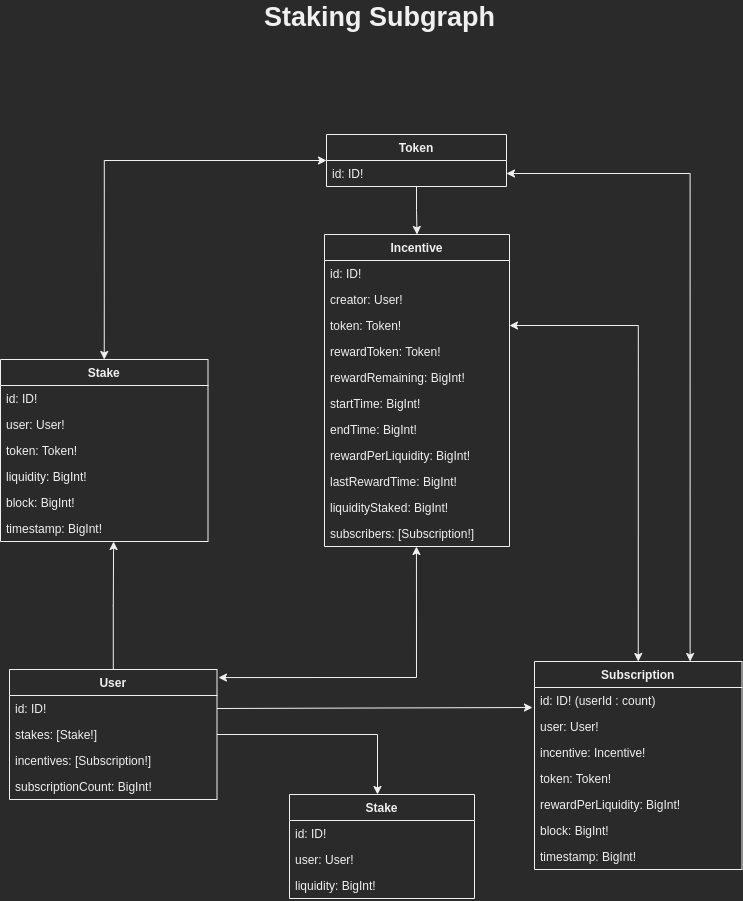
Before: the-graph/images/staking_subgraph.png, a diagram exported from draw.io (sushiswap/subgraphs). Source tidied: cells renumbered, new cells last; positions are measured from the earlier drawing's top-left corner, leaving out a move shared by most shapes.
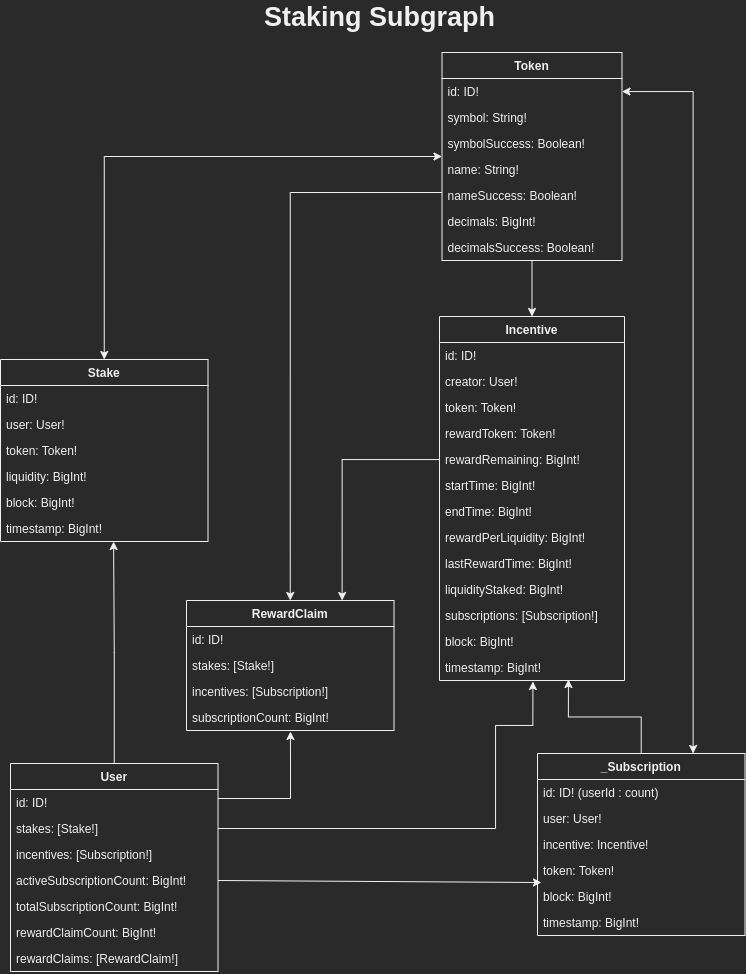
Above is the later version.

Commit message:
docs: entity diagram

Change to the diagram source:
```diff
@@ -8,29 +8,52 @@
     <mxCell id="3" style="edgeStyle=orthogonalEdgeStyle;rounded=0;jettySize=auto;html=1;entryX=0.5;entryY=0;entryDx=0;entryDy=0;startArrow=classic;startFill=1;" parent="1" edge="1" source="4" target="41">
       <mxGeometry relative="1" as="geometry" />
     </mxCell>
+    <mxCell id="49" style="edgeStyle=orthogonalEdgeStyle;rounded=0;jettySize=auto;html=1;entryX=0.5;entryY=0;entryDx=0;entryDy=0;" parent="1" edge="1" source="4" target="64">
+      <mxGeometry relative="1" as="geometry">
+        <Array as="points">
+          <mxPoint x="290" y="187" />
+        </Array>
+      </mxGeometry>
+    </mxCell>
     <mxCell id="4" value="Token" style="swimlane;fontStyle=1;horizontal=1;startSize=26;fillColor=none;" parent="1" vertex="1">
-      <mxGeometry x="326" y="129" width="180" height="52" as="geometry" />
+      <mxGeometry x="441.5" y="47" width="180" height="208" as="geometry" />
     </mxCell>
     <mxCell id="5" value=" id: ID!" style="text;strokeColor=none;fillColor=none;align=left;verticalAlign=top;spacingLeft=4;spacingRight=4;overflow=hidden;points=[[0,0.5],[1,0.5]];portConstraint=eastwest;" parent="4" vertex="1">
       <mxGeometry y="26" width="180" height="26" as="geometry" />
     </mxCell>
+    <mxCell id="50" value="  symbol: String!&#10;" style="text;strokeColor=none;fillColor=none;align=left;verticalAlign=top;spacingLeft=4;spacingRight=4;overflow=hidden;" parent="4" vertex="1">
+      <mxGeometry y="52" width="180" height="26" as="geometry" />
+    </mxCell>
+    <mxCell id="51" value="  symbolSuccess: Boolean!&#10;" style="text;strokeColor=none;fillColor=none;align=left;verticalAlign=top;spacingLeft=4;spacingRight=4;overflow=hidden;" parent="4" vertex="1">
+      <mxGeometry y="78" width="180" height="26" as="geometry" />
+    </mxCell>
+    <mxCell id="52" value="  name: String!&#10;" style="text;strokeColor=none;fillColor=none;align=left;verticalAlign=top;spacingLeft=4;spacingRight=4;overflow=hidden;" parent="4" vertex="1">
+      <mxGeometry y="104" width="180" height="26" as="geometry" />
+    </mxCell>
+    <mxCell id="53" value="  nameSuccess: Boolean!&#10;" style="text;strokeColor=none;fillColor=none;align=left;verticalAlign=top;spacingLeft=4;spacingRight=4;overflow=hidden;" parent="4" vertex="1">
+      <mxGeometry y="130" width="180" height="26" as="geometry" />
+    </mxCell>
+    <mxCell id="54" value="  decimals: BigInt!&#10;" style="text;strokeColor=none;fillColor=none;align=left;verticalAlign=top;spacingLeft=4;spacingRight=4;overflow=hidden;" parent="4" vertex="1">
+      <mxGeometry y="156" width="180" height="26" as="geometry" />
+    </mxCell>
+    <mxCell id="55" value="  decimalsSuccess: Boolean!&#10;" style="text;strokeColor=none;fillColor=none;align=left;verticalAlign=top;spacingLeft=4;spacingRight=4;overflow=hidden;" parent="4" vertex="1">
+      <mxGeometry y="182" width="180" height="26" as="geometry" />
+    </mxCell>
-    <mxCell id="6" style="rounded=0;jettySize=auto;html=1;exitX=1;exitY=0.5;exitDx=0;exitDy=0;" parent="1" edge="1" source="10">
-      <mxGeometry relative="1" as="geometry">
-        <mxPoint x="532" y="702" as="targetPoint" />
-      </mxGeometry>
+    <mxCell id="6" style="rounded=0;jettySize=auto;html=1;exitX=1;exitY=0.5;exitDx=0;exitDy=0;entryX=0.019;entryY=0.962;entryDx=0;entryDy=0;entryPerimeter=0;" parent="1" edge="1" source="13" target="36">
+      <mxGeometry relative="1" as="geometry" />
     </mxCell>
     <mxCell id="7" style="edgeStyle=orthogonalEdgeStyle;rounded=0;jettySize=auto;html=1;entryX=0.545;entryY=1;entryDx=0;entryDy=0;entryPerimeter=0;" parent="1" edge="1" source="9" target="47">
       <mxGeometry relative="1" as="geometry" />
     </mxCell>
-    <mxCell id="8" style="edgeStyle=none;rounded=0;jettySize=auto;html=1;entryX=0.497;entryY=1;entryDx=0;entryDy=0;entryPerimeter=0;startArrow=classic;startFill=1;exitX=1.007;exitY=0.062;exitDx=0;exitDy=0;exitPerimeter=0;" parent="1" edge="1" source="9" target="31">
-      <mxGeometry relative="1" as="geometry">
-        <Array as="points">
-          <mxPoint x="416" y="672" />
-        </Array>
-      </mxGeometry>
-    </mxCell>
+    <mxCell id="56" style="edgeStyle=orthogonalEdgeStyle;rounded=0;jettySize=auto;html=1;entryX=0.501;entryY=1.038;entryDx=0;entryDy=0;entryPerimeter=0;" parent="1" edge="1" source="9" target="67">
+      <mxGeometry relative="1" as="geometry">
+        <Array as="points">
+          <mxPoint x="290" y="793" />
+        </Array>
+      </mxGeometry>
+    </mxCell>
     <mxCell id="9" value="User" style="swimlane;fontStyle=1;horizontal=1;startSize=26;fillColor=none;" parent="1" vertex="1">
-      <mxGeometry x="9" y="664" width="207.5" height="130" as="geometry" />
+      <mxGeometry x="10" y="758" width="207.5" height="208" as="geometry" />
     </mxCell>
     <mxCell id="10" value=" id: ID!" style="text;strokeColor=none;fillColor=none;align=left;verticalAlign=top;spacingLeft=4;spacingRight=4;overflow=hidden;points=[[0,0.5],[1,0.5]];portConstraint=eastwest;" parent="9" vertex="1">
       <mxGeometry y="26" width="207.5" height="26" as="geometry" />
@@ -41,33 +64,23 @@
     <mxCell id="12" value="  incentives: [Subscription!] " style="text;strokeColor=none;fillColor=none;align=left;verticalAlign=top;spacingLeft=4;spacingRight=4;overflow=hidden;" parent="9" vertex="1">
       <mxGeometry y="78" width="207.5" height="26" as="geometry" />
     </mxCell>
-    <mxCell id="13" value="  subscriptionCount: BigInt!" style="text;strokeColor=none;fillColor=none;align=left;verticalAlign=top;spacingLeft=4;spacingRight=4;overflow=hidden;points=[[0,0.5],[1,0.5]];portConstraint=eastwest;" parent="9" vertex="1">
+    <mxCell id="13" value="  activeSubscriptionCount: BigInt!&#10;" style="text;strokeColor=none;fillColor=none;align=left;verticalAlign=top;spacingLeft=4;spacingRight=4;overflow=hidden;points=[[0,0.5],[1,0.5]];portConstraint=eastwest;" parent="9" vertex="1">
       <mxGeometry y="104" width="207.5" height="26" as="geometry" />
     </mxCell>
+    <mxCell id="57" value="  totalSubscriptionCount: BigInt!&#10;" style="text;strokeColor=none;fillColor=none;align=left;verticalAlign=top;spacingLeft=4;spacingRight=4;overflow=hidden;" parent="9" vertex="1">
+      <mxGeometry y="130" width="207.5" height="26" as="geometry" />
+    </mxCell>
+    <mxCell id="58" value="  rewardClaimCount: BigInt!&#10;" style="text;strokeColor=none;fillColor=none;align=left;verticalAlign=top;spacingLeft=4;spacingRight=4;overflow=hidden;" parent="9" vertex="1">
+      <mxGeometry y="156" width="207.5" height="26" as="geometry" />
+    </mxCell>
+    <mxCell id="59" value="  rewardClaims: [RewardClaim!] " style="text;strokeColor=none;fillColor=none;align=left;verticalAlign=top;spacingLeft=4;spacingRight=4;overflow=hidden;" parent="9" vertex="1">
+      <mxGeometry y="182" width="207.5" height="26" as="geometry" />
+    </mxCell>
     <mxCell id="14" value="&lt;font style=&quot;font-size: 27px&quot;&gt;Staking Subgraph&lt;/font&gt;" style="text;html=1;align=center;verticalAlign=middle;strokeColor=none;fillColor=none;fontSize=12;fontFamily=Helvetica;fontColor=default;fontStyle=1;" parent="1" vertex="1">
       <mxGeometry x="258" width="241" height="23" as="geometry" />
     </mxCell>
-    <mxCell id="15" value="Stake" style="swimlane;fontStyle=1;horizontal=1;startSize=26;" parent="1" vertex="1">
-      <mxGeometry x="289" y="789" width="185" height="104" as="geometry" />
-    </mxCell>
-    <mxCell id="16" value=" id: ID!" style="text;strokeColor=none;fillColor=none;align=left;verticalAlign=top;spacingLeft=4;spacingRight=4;overflow=hidden;" parent="15" vertex="1">
-      <mxGeometry y="26" width="185" height="26" as="geometry" />
-    </mxCell>
-    <mxCell id="17" value="user: User!" style="text;strokeColor=none;fillColor=none;align=left;verticalAlign=top;spacingLeft=4;spacingRight=4;overflow=hidden;" parent="15" vertex="1">
-      <mxGeometry y="52" width="185" height="26" as="geometry" />
-    </mxCell>
-    <mxCell id="18" value="  liquidity: BigInt!" style="text;align=left;verticalAlign=top;spacingLeft=4;spacingRight=4;overflow=hidden;" parent="15" vertex="1">
-      <mxGeometry y="78" width="185" height="26" as="geometry" />
-    </mxCell>
-    <mxCell id="19" style="edgeStyle=orthogonalEdgeStyle;rounded=0;jettySize=auto;html=1;exitX=1;exitY=0.5;exitDx=0;exitDy=0;" parent="1" edge="1" source="11" target="15">
-      <mxGeometry relative="1" as="geometry">
-        <Array as="points">
-          <mxPoint x="377" y="729" />
-        </Array>
-      </mxGeometry>
-    </mxCell>
     <mxCell id="20" value="Incentive" style="swimlane;fontStyle=1;horizontal=1;startSize=26;" parent="1" vertex="1">
-      <mxGeometry x="324" y="229" width="185" height="312" as="geometry" />
+      <mxGeometry x="439" y="311" width="185" height="364" as="geometry" />
     </mxCell>
     <mxCell id="21" value=" id: ID!" style="text;strokeColor=none;fillColor=none;align=left;verticalAlign=top;spacingLeft=4;spacingRight=4;overflow=hidden;" parent="20" vertex="1">
       <mxGeometry y="26" width="185" height="26" as="geometry" />
@@ -99,11 +112,20 @@
     <mxCell id="30" value="  liquidityStaked: BigInt!&#10;" style="text;align=left;verticalAlign=top;spacingLeft=4;spacingRight=4;overflow=hidden;" parent="20" vertex="1">
       <mxGeometry y="260" width="185" height="26" as="geometry" />
     </mxCell>
-    <mxCell id="31" value="subscribers: [Subscription!]" style="text;align=left;verticalAlign=top;spacingLeft=4;spacingRight=4;overflow=hidden;points=[[0,0.5],[1,0.5]];portConstraint=eastwest;" parent="20" vertex="1">
+    <mxCell id="31" value="subscriptions: [Subscription!]" style="text;align=left;verticalAlign=top;spacingLeft=4;spacingRight=4;overflow=hidden;points=[[0,0.5],[1,0.5]];portConstraint=eastwest;" parent="20" vertex="1">
       <mxGeometry y="286" width="185" height="26" as="geometry" />
     </mxCell>
+    <mxCell id="60" value="  block: BigInt!&#10;" style="text;align=left;verticalAlign=top;spacingLeft=4;spacingRight=4;overflow=hidden;" parent="20" vertex="1">
+      <mxGeometry y="312" width="185" height="26" as="geometry" />
+    </mxCell>
+    <mxCell id="61" value="  timestamp: BigInt!&#10;" style="text;align=left;verticalAlign=top;spacingLeft=4;spacingRight=4;overflow=hidden;points=[[0,0.5],[1,0.5]];portConstraint=eastwest;" parent="20" vertex="1">
+      <mxGeometry y="338" width="185" height="26" as="geometry" />
+    </mxCell>
+    <mxCell id="62" style="edgeStyle=orthogonalEdgeStyle;rounded=0;jettySize=auto;html=1;entryX=0.697;entryY=0.962;entryDx=0;entryDy=0;entryPerimeter=0;" parent="1" edge="1" source="32" target="61">
+      <mxGeometry relative="1" as="geometry" />
+    </mxCell>
-    <mxCell id="32" value="Subscription" style="swimlane;fontStyle=1;horizontal=1;startSize=26;fillColor=none;" parent="1" vertex="1">
-      <mxGeometry x="534" y="656" width="207.5" height="208" as="geometry" />
+    <mxCell id="32" value="_Subscription" style="swimlane;fontStyle=1;horizontal=1;startSize=26;fillColor=none;" parent="1" vertex="1">
+      <mxGeometry x="537" y="748" width="207.5" height="182" as="geometry" />
     </mxCell>
     <mxCell id="33" value=" id: ID! (userId : count)" style="text;strokeColor=none;fillColor=none;align=left;verticalAlign=top;spacingLeft=4;spacingRight=4;overflow=hidden;" parent="32" vertex="1">
       <mxGeometry y="26" width="207.5" height="26" as="geometry" />
@@ -117,18 +139,12 @@
     <mxCell id="36" value="token: Token!" style="text;strokeColor=none;fillColor=none;align=left;verticalAlign=top;spacingLeft=4;spacingRight=4;overflow=hidden;points=[[0,0.5],[1,0.5]];portConstraint=eastwest;" parent="32" vertex="1">
       <mxGeometry y="104" width="207.5" height="26" as="geometry" />
     </mxCell>
-    <mxCell id="37" value="rewardPerLiquidity: BigInt!" style="text;strokeColor=none;fillColor=none;align=left;verticalAlign=top;spacingLeft=4;spacingRight=4;overflow=hidden;" parent="32" vertex="1">
-      <mxGeometry y="130" width="207.5" height="26" as="geometry" />
-    </mxCell>
     <mxCell id="38" value="  block: BigInt!" style="text;strokeColor=none;fillColor=none;align=left;verticalAlign=top;spacingLeft=4;spacingRight=4;overflow=hidden;" parent="32" vertex="1">
-      <mxGeometry y="156" width="207.5" height="26" as="geometry" />
+      <mxGeometry y="130" width="207.5" height="26" as="geometry" />
     </mxCell>
     <mxCell id="39" value="  timestamp: BigInt!" style="text;strokeColor=none;fillColor=none;align=left;verticalAlign=top;spacingLeft=4;spacingRight=4;overflow=hidden;" parent="32" vertex="1">
-      <mxGeometry y="182" width="207.5" height="26" as="geometry" />
+      <mxGeometry y="156" width="207.5" height="26" as="geometry" />
     </mxCell>
-    <mxCell id="40" style="edgeStyle=orthogonalEdgeStyle;rounded=0;jettySize=auto;html=1;entryX=0.5;entryY=0;entryDx=0;entryDy=0;startArrow=classic;startFill=1;" parent="1" edge="1" source="23" target="32">
-      <mxGeometry relative="1" as="geometry" />
-    </mxCell>
     <mxCell id="41" value="Stake" style="swimlane;fontStyle=1;horizontal=1;startSize=26;fillColor=none;" parent="1" vertex="1">
       <mxGeometry y="354" width="207.5" height="182" as="geometry" />
     </mxCell>
@@ -153,5 +169,32 @@
     <mxCell id="48" style="edgeStyle=orthogonalEdgeStyle;rounded=0;jettySize=auto;html=1;entryX=0.75;entryY=0;entryDx=0;entryDy=0;startArrow=classic;startFill=1;" parent="1" edge="1" source="5" target="32">
       <mxGeometry relative="1" as="geometry" />
     </mxCell>
+    <mxCell id="63" style="edgeStyle=orthogonalEdgeStyle;rounded=0;jettySize=auto;html=1;entryX=0.505;entryY=1.038;entryDx=0;entryDy=0;entryPerimeter=0;" parent="1" edge="1" source="11" target="61">
+      <mxGeometry relative="1" as="geometry">
+        <Array as="points">
+          <mxPoint x="495" y="823" />
+          <mxPoint x="495" y="720" />
+          <mxPoint x="532" y="720" />
+        </Array>
+      </mxGeometry>
+    </mxCell>
+    <mxCell id="64" value="RewardClaim" style="swimlane;fontStyle=1;horizontal=1;startSize=26;fillColor=none;" parent="1" vertex="1">
+      <mxGeometry x="186" y="595" width="207.5" height="130" as="geometry" />
+    </mxCell>
+    <mxCell id="16" value=" id: ID!" style="text;strokeColor=none;fillColor=none;align=left;verticalAlign=top;spacingLeft=4;spacingRight=4;overflow=hidden;" parent="64" vertex="1">
+      <mxGeometry y="26" width="207.5" height="26" as="geometry" />
+    </mxCell>
+    <mxCell id="65" value="  stakes: [Stake!] " style="text;strokeColor=none;fillColor=none;align=left;verticalAlign=top;spacingLeft=4;spacingRight=4;overflow=hidden;" parent="64" vertex="1">
+      <mxGeometry y="52" width="207.5" height="26" as="geometry" />
+    </mxCell>
+    <mxCell id="66" value="  incentives: [Subscription!] " style="text;strokeColor=none;fillColor=none;align=left;verticalAlign=top;spacingLeft=4;spacingRight=4;overflow=hidden;" parent="64" vertex="1">
+      <mxGeometry y="78" width="207.5" height="26" as="geometry" />
+    </mxCell>
+    <mxCell id="67" value="  subscriptionCount: BigInt!" style="text;strokeColor=none;fillColor=none;align=left;verticalAlign=top;spacingLeft=4;spacingRight=4;overflow=hidden;points=[[0,0.5],[1,0.5]];portConstraint=eastwest;" parent="64" vertex="1">
+      <mxGeometry y="104" width="207.5" height="26" as="geometry" />
+    </mxCell>
+    <mxCell id="68" style="edgeStyle=orthogonalEdgeStyle;rounded=0;jettySize=auto;html=1;entryX=0.75;entryY=0;entryDx=0;entryDy=0;" parent="1" edge="1" source="25" target="64">
+      <mxGeometry relative="1" as="geometry" />
+    </mxCell>
   </root>
 </mxGraphModel>
```
